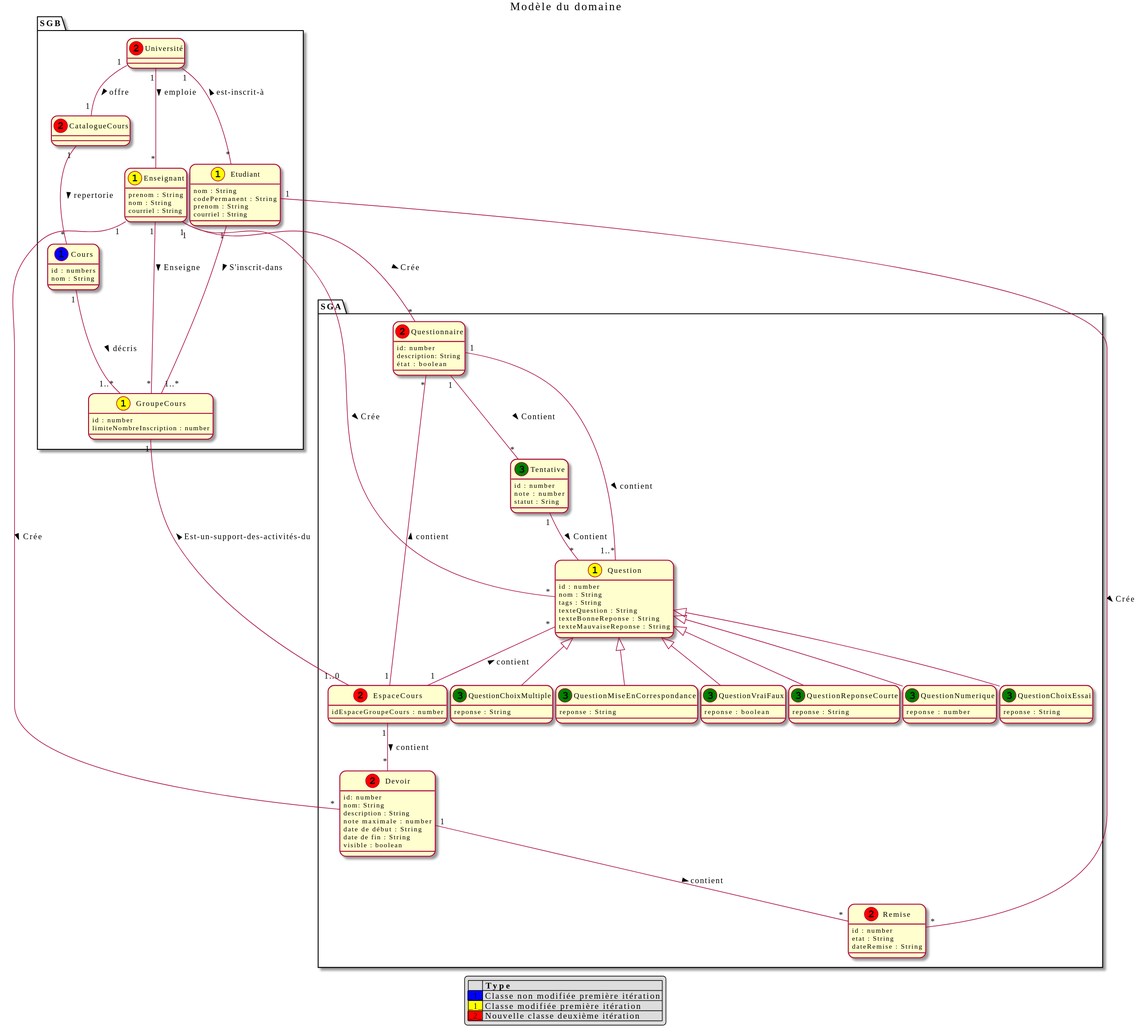
This is out/docs/modeles/mdd/MDD.svg from nerdz88/SGA-TS, a PlantUML export, as it was before one commit.
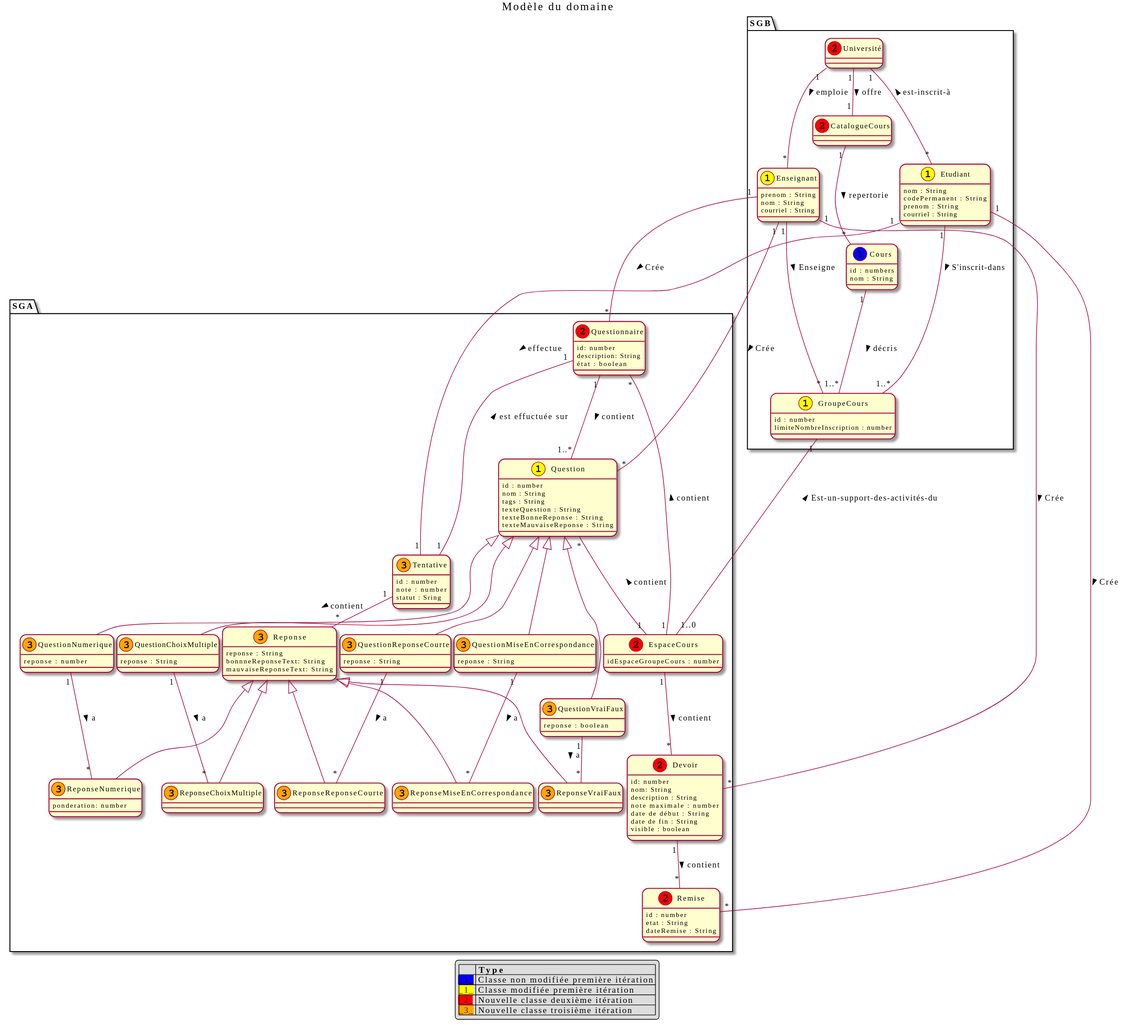
Later version of the same file.

What changed in the source:
```diff
@@ -67,37 +67,55 @@
         état : boolean
     }
 
-    class Tentative <<(3, green) >>{
+    class Tentative <<(3, orange) >>{
         id : number
         note : number
         statut : Sring
     }
 
-    class QuestionChoixMultiple <<(3, green) >> extends Question {
+    class QuestionChoixMultiple <<(3, orange) >> extends Question {
         reponse : String
     }
 
-    class QuestionVraiFaux<<(3, green) >> extends Question {
+    class QuestionVraiFaux<<(3, orange) >> extends Question {
         reponse : boolean
     }
 
-    class QuestionMiseEnCorrespondance<<(3, green) >> extends Question {
+    class QuestionMiseEnCorrespondance<<(3, orange) >> extends Question {
         reponse : String
     }
 
-    class QuestionReponseCourte<<(3, green) >> extends Question {
+    class QuestionReponseCourte<<(3, orange) >> extends Question {
         reponse : String
     }
 
-    class QuestionNumerique<<(3, green) >> extends Question {
+    class QuestionNumerique<<(3, orange) >> extends Question {
         reponse : number
     }
 
-    class QuestionChoixEssai<<(3, green) >> extends Question {
-        reponse : String
-    }
     class EspaceCours << (2,red) >>{
         idEspaceGroupeCours : number
+    }
+    class Reponse << (3,orange) >>{
+        reponse : String
+        bonnneReponseText: String
+        mauvaiseReponseText: String
+    }
+
+    class ReponseChoixMultiple << (3,orange) >> extends Reponse {
+
+    }
+    class ReponseNumerique << (3,orange) >> extends Reponse {
+        ponderation: number
+    }
+    class ReponseVraiFaux << (3,orange) >> extends Reponse {
+
+    }
+    class ReponseMiseEnCorrespondance << (3,orange) >> extends Reponse {
+
+    }
+    class ReponseReponseCourte << (3,orange) >> extends Reponse {
+
     }
 }
 
@@ -118,13 +136,22 @@
 Enseignant "1" -- "*" Question : Crée >
 Enseignant "1" -- "*" Questionnaire : Crée >
 Enseignant "1" -- "*" Devoir : Crée >
-Tentative "1" -- "*" Question : Contient >
-Questionnaire"1" -- "*"Tentative : Contient >
+Questionnaire"1" -- "1"Tentative : est effuctuée sur <
+Etudiant "1" -- "1" Tentative : effectue >
+Tentative "1" - "*" Reponse : contient >
+QuestionVraiFaux "1" - "*" ReponseVraiFaux : a >
+QuestionReponseCourte "1" -- "*" ReponseReponseCourte : a >
+QuestionNumerique "1" -- "*" ReponseNumerique : a >
+QuestionChoixMultiple "1" -- "*" ReponseChoixMultiple : a >
+QuestionMiseEnCorrespondance "1" -- "*" ReponseMiseEnCorrespondance : a >
+
+
 
 legend
 |= |= Type |
 |<back:blue>_1_</back>| Classe non modifiée première itération |
 |<back:yellow>_1_</back>| Classe modifiée première itération |
 |<back:red>_2_</back>| Nouvelle classe deuxième itération |
+|<back:orange>_3_</back> | Nouvelle classe troisième itération |
 endlegend
 @enduml
```
